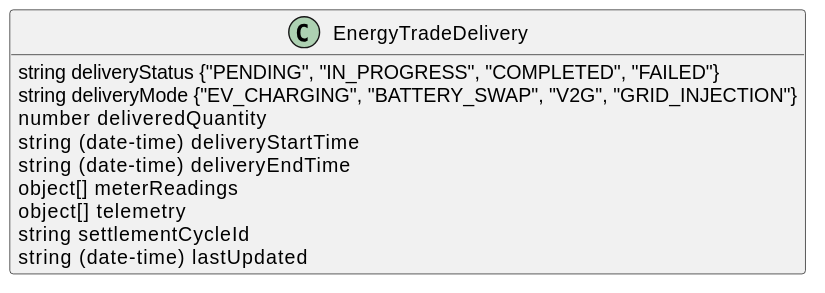
Earlier version of the PlantUML export docs/schema/EnergyTradeDelivery/v0.2/attributes.svg (beckn/protocol-specifications-new).
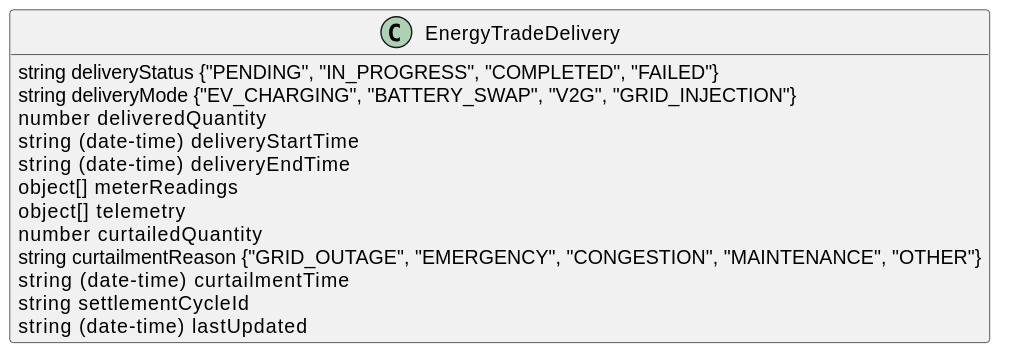
Above is the later version.

Change to the diagram source:
```diff
@@ -11,6 +11,9 @@
     {field} string (date-time) deliveryEndTime
     {field} object[] meterReadings
     {field} object[] telemetry
+    {field} number curtailedQuantity
+    {field} string curtailmentReason {"GRID_OUTAGE", "EMERGENCY", "CONGESTION", "MAINTENANCE", "OTHER"}
+    {field} string (date-time) curtailmentTime
     {field} string settlementCycleId
     {field} string (date-time) lastUpdated
 }
```
